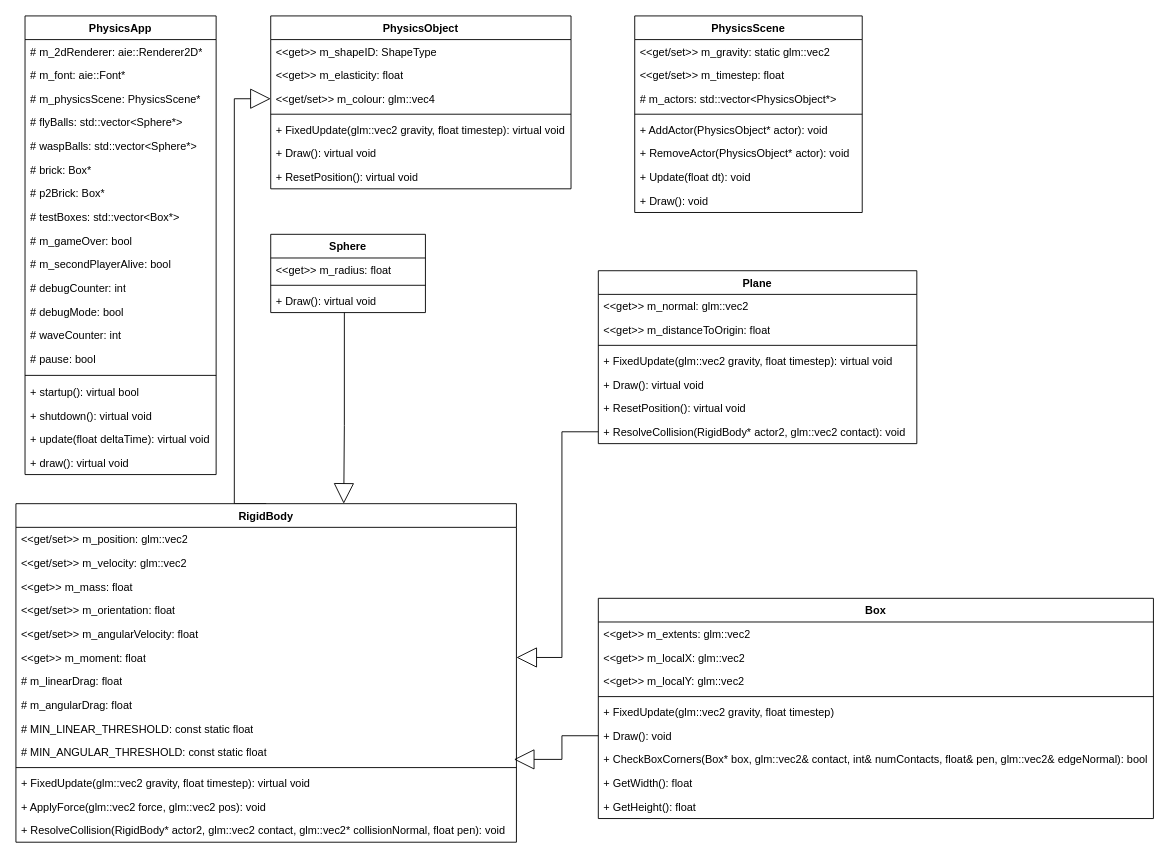
Before: Second Year/Physics for Games/C++ Tasks/PhysicsEngine.drawio in Elias-s231135/Robert-2, a draw.io diagram. Source tidied: cells renumbered, new cells numbered last; positions are measured from the earlier drawing's top-left corner, leaving out a move shared by most shapes. Both pictures are drawn from the tidied source at 91%, with x=0, y=0 at pixel (15, 15).
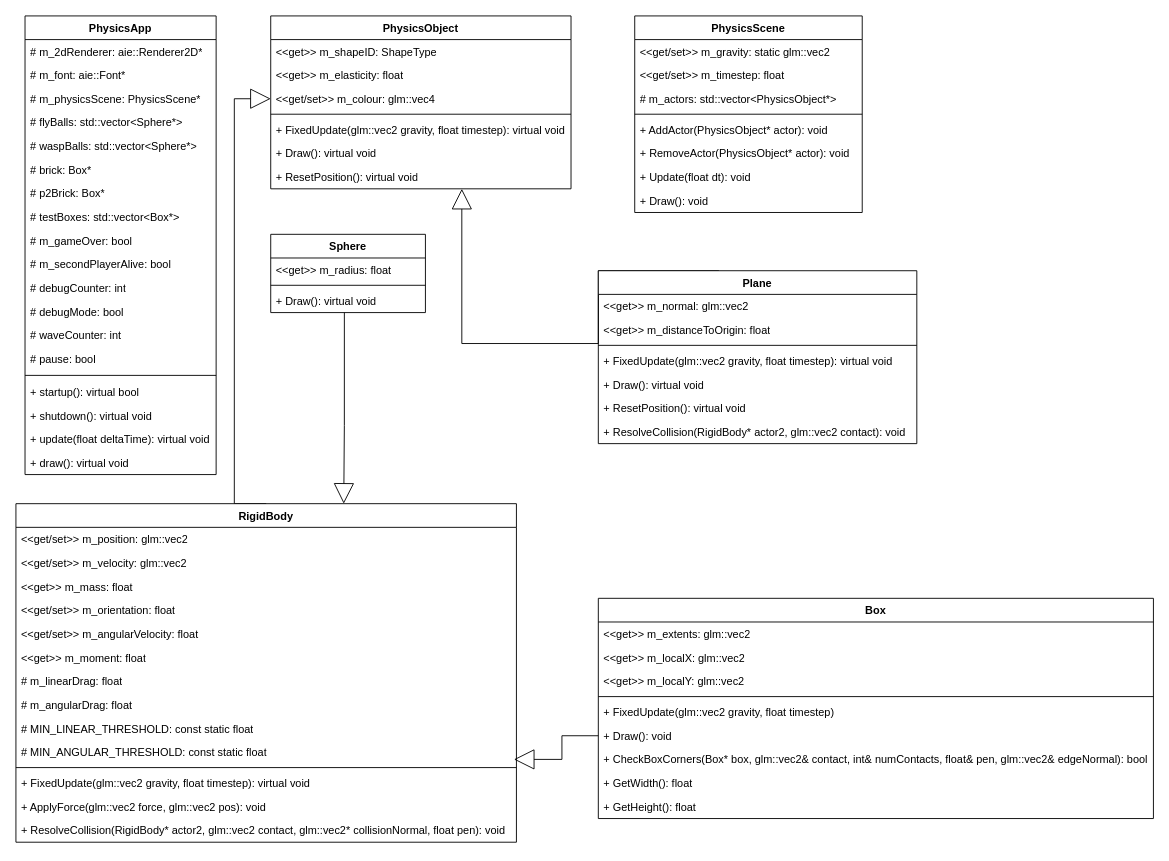
Above is the later version.

Unchanged cells that the change refers to:
```xml
<mxCell id="46" value="&amp;lt;&amp;lt;get&amp;gt;&amp;gt; m_moment: float" style="text;strokeColor=none;fillColor=none;align=left;verticalAlign=top;spacingLeft=4;spacingRight=4;overflow=hidden;points=[[0,0.5],[1,0.5]];portConstraint=eastwest;whiteSpace=wrap;html=1;" parent="40" vertex="1">
  <mxGeometry y="156" width="550" height="26" as="geometry" />
</mxCell>
<mxCell id="66" value="+ ResolveCollision(RigidBody* actor2, glm::vec2 contact): void" style="text;strokeColor=none;fillColor=none;align=left;verticalAlign=top;spacingLeft=4;spacingRight=4;overflow=hidden;points=[[0,0.5],[1,0.5]];portConstraint=eastwest;whiteSpace=wrap;html=1;" parent="59" vertex="1">
  <mxGeometry y="164" width="350" height="26" as="geometry" />
</mxCell>
```

Diff of the diagram source:
```diff
@@
+    <mxCell id="80" style="edgeStyle=orthogonalEdgeStyle;rounded=0;orthogonalLoop=1;jettySize=auto;html=1;exitX=0.25;exitY=0;exitDx=0;exitDy=0;endArrow=block;endFill=0;startSize=6;endSize=20;" parent="1" edge="1">
+      <mxGeometry relative="1" as="geometry">
+        <mxPoint x="772.5" y="280" as="sourcePoint" />
+        <mxPoint x="490" y="190" as="targetPoint" />
+        <Array as="points">
+          <mxPoint x="640" y="280" />
+          <mxPoint x="640" y="360" />
+          <mxPoint x="490" y="360" />
+        </Array>
+      </mxGeometry>
+    </mxCell>
@@
-    <mxCell id="79" style="edgeStyle=orthogonalEdgeStyle;rounded=0;jettySize=auto;html=1;exitX=0;exitY=0.5;exitDx=0;exitDy=0;entryX=1;entryY=0.5;entryDx=0;entryDy=0;endSize=20;endArrow=block;endFill=0;" parent="1" edge="1" source="66" target="46">
-      <mxGeometry relative="1" as="geometry" />
-    </mxCell>
```
